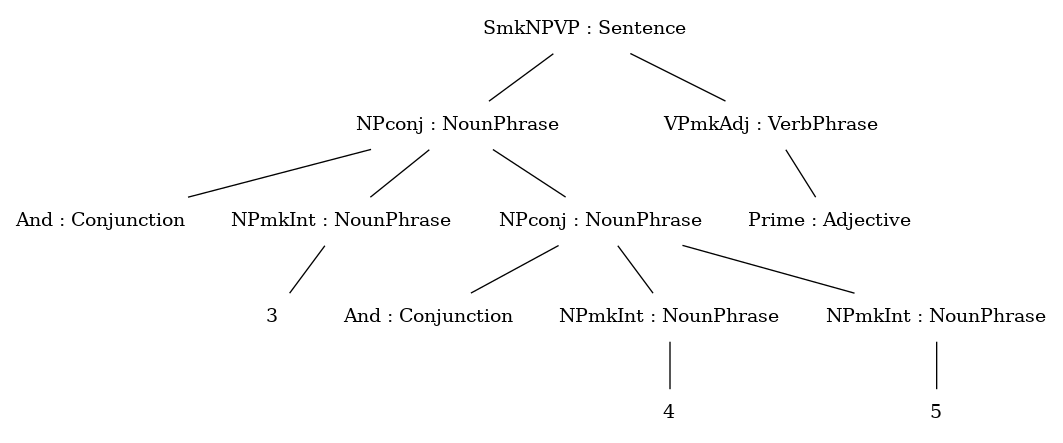
Above: ast.png in pkshashank/Winter (Graphviz), before the change. Its source is kept beside it as ast.dot.
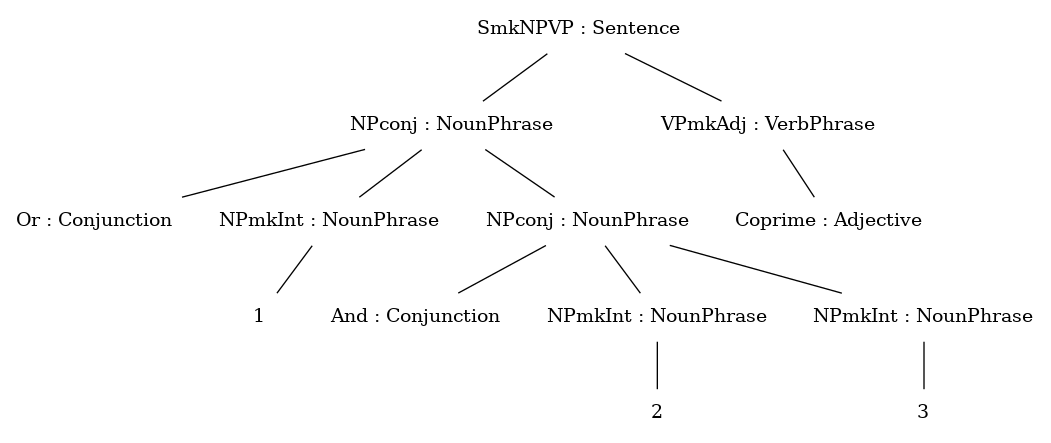
After the change.

Change to the diagram source:
```diff
@@ -2,11 +2,11 @@
 n0[label = "SmkNPVP : Sentence", style = "solid", shape = "plaintext"] ;
 n0_0[label = "NPconj : NounPhrase", style = "solid", shape = "plaintext"] ;
 n0 -- n0_0 [style = "solid"];
-n0_0_0[label = "And : Conjunction", style = "solid", shape = "plaintext"] ;
+n0_0_0[label = "Or : Conjunction", style = "solid", shape = "plaintext"] ;
 n0_0 -- n0_0_0 [style = "solid"];
 n1_0_0[label = "NPmkInt : NounPhrase", style = "solid", shape = "plaintext"] ;
 n0_0 -- n1_0_0 [style = "solid"];
-n0_1_0_0[label = "3", style = "solid", shape = "plaintext"] ;
+n0_1_0_0[label = "1", style = "solid", shape = "plaintext"] ;
 n1_0_0 -- n0_1_0_0 [style = "solid"];
 n2_0_0[label = "NPconj : NounPhrase", style = "solid", shape = "plaintext"] ;
 n0_0 -- n2_0_0 [style = "solid"];
@@ -14,14 +14,14 @@
 n2_0_0 -- n0_2_0_0 [style = "solid"];
 n1_2_0_0[label = "NPmkInt : NounPhrase", style = "solid", shape = "plaintext"] ;
 n2_0_0 -- n1_2_0_0 [style = "solid"];
-n0_1_2_0_0[label = "4", style = "solid", shape = "plaintext"] ;
+n0_1_2_0_0[label = "2", style = "solid", shape = "plaintext"] ;
 n1_2_0_0 -- n0_1_2_0_0 [style = "solid"];
 n2_2_0_0[label = "NPmkInt : NounPhrase", style = "solid", shape = "plaintext"] ;
 n2_0_0 -- n2_2_0_0 [style = "solid"];
-n0_2_2_0_0[label = "5", style = "solid", shape = "plaintext"] ;
+n0_2_2_0_0[label = "3", style = "solid", shape = "plaintext"] ;
 n2_2_0_0 -- n0_2_2_0_0 [style = "solid"];
 n1_0[label = "VPmkAdj : VerbPhrase", style = "solid", shape = "plaintext"] ;
 n0 -- n1_0 [style = "solid"];
-n0_1_0[label = "Prime : Adjective", style = "solid", shape = "plaintext"] ;
+n0_1_0[label = "Coprime : Adjective", style = "solid", shape = "plaintext"] ;
 n1_0 -- n0_1_0 [style = "solid"];
 }
```
